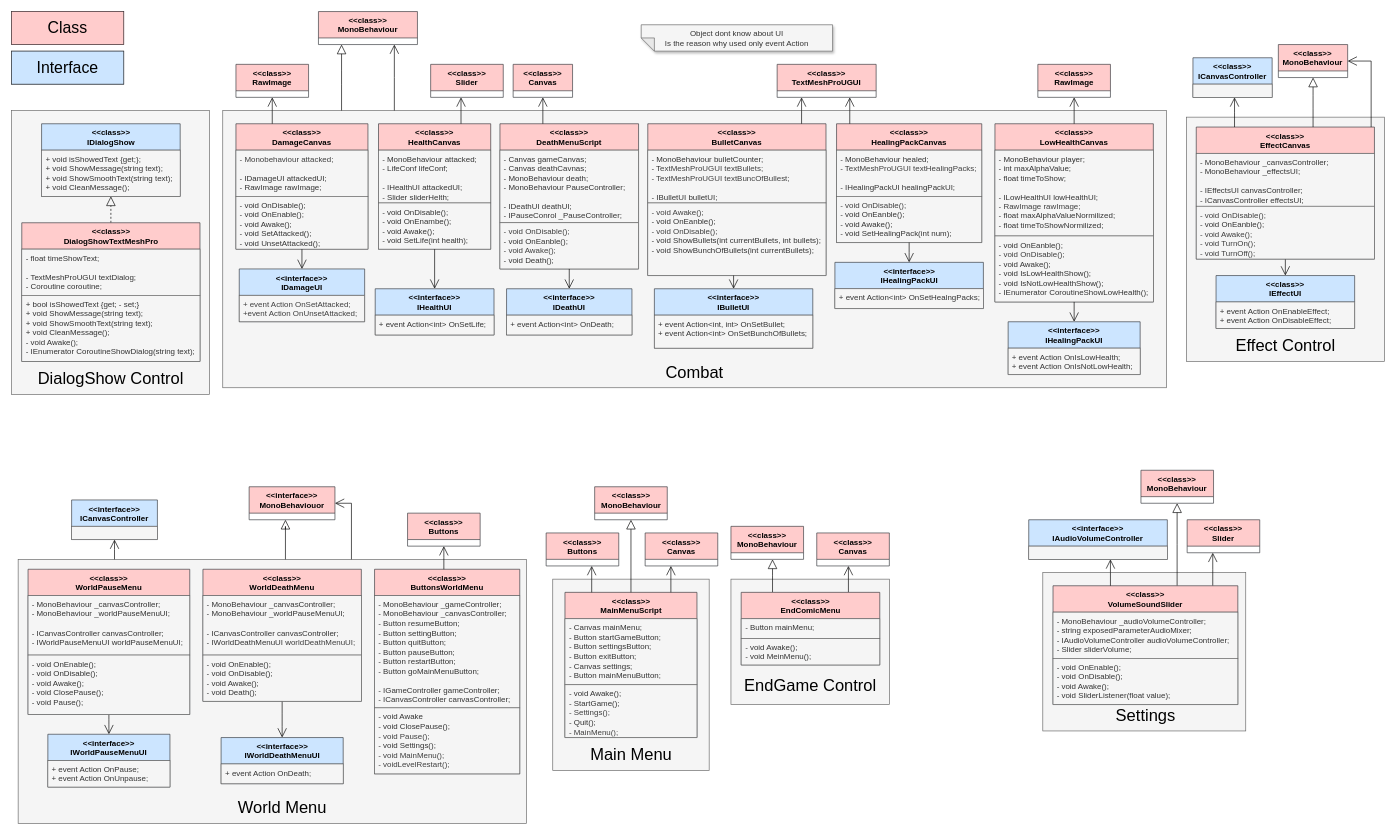
Before: doc/Class_Diagram_UI.drawio in OGecgo/TheCatCult, a draw.io diagram. Source tidied: cells renumbered, new cells numbered last; positions are measured from the earlier drawing's top-left corner, leaving out a move shared by most shapes. Both pictures are drawn from the tidied source at 66%, with x=0, y=0 at pixel (11, 11).
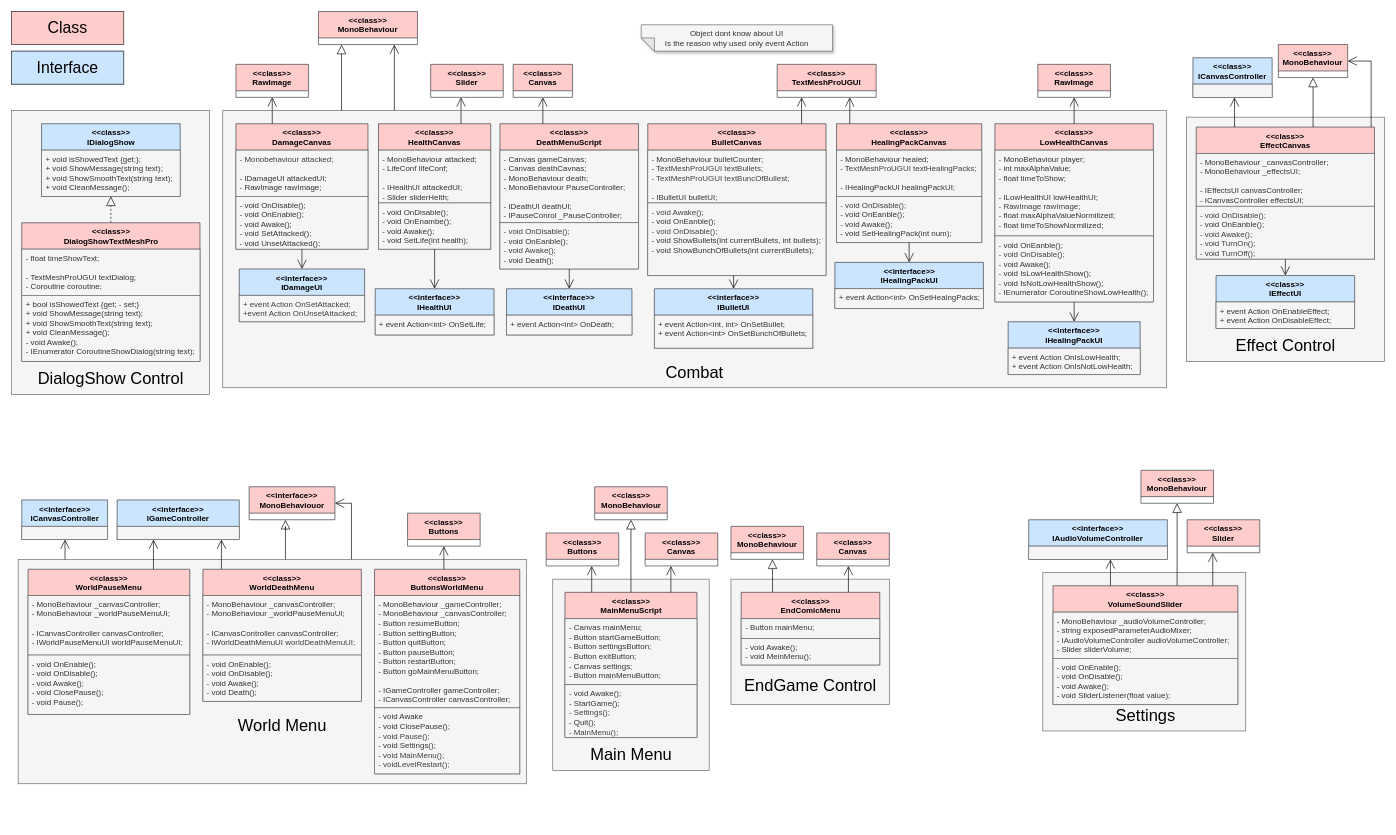
The same diagram, later.

Unchanged cells that the change refers to:
```xml
<mxCell id="63" value="&lt;div&gt;&amp;lt;&amp;lt;class&amp;gt;&amp;gt;&lt;/div&gt;&lt;div&gt;WorldPauseMenu&lt;/div&gt;" style="swimlane;fontStyle=1;align=center;verticalAlign=top;horizontal=1;startSize=40;whiteSpace=wrap;html=1;fillColor=#ffcccc;strokeColor=#36393d;" parent="1" vertex="1">
  <mxGeometry x="25" y="845" width="245" height="220" as="geometry" />
</mxCell>
<mxCell id="74" value="&lt;div&gt;&amp;lt;&amp;lt;class&amp;gt;&amp;gt;&lt;/div&gt;&lt;div&gt;WorldDeathMenu&lt;/div&gt;" style="swimlane;fontStyle=1;align=center;verticalAlign=top;horizontal=1;startSize=40;whiteSpace=wrap;html=1;fillColor=#ffcccc;strokeColor=#36393d;" parent="1" vertex="1">
  <mxGeometry x="290" y="845" width="240" height="200" as="geometry" />
</mxCell>
```

What changed in the source:
```diff
@@
     <mxCell id="2" style="rounded=0;whiteSpace=wrap;html=1;fillColor=#f5f5f5;fontColor=#333333;strokeColor=#666666;" parent="1" vertex="1">
-      <mxGeometry x="10" y="830" width="770" height="400" as="geometry" />
+      <mxGeometry x="10" y="830" width="770" height="340" as="geometry" />
     </mxCell>
@@
-    <mxCell id="62" style="edgeStyle=elbowEdgeStyle;html=1;endSize=12;endArrow=open;endFill=0;elbow=vertical;" parent="1" edge="1" source="63" target="69">
-      <mxGeometry relative="1" as="geometry" />
-    </mxCell>
@@
     <mxCell id="66" value="World Menu" style="text;html=1;align=center;verticalAlign=middle;whiteSpace=wrap;rounded=0;fontSize=25;" parent="1" vertex="1">
-      <mxGeometry x="328.8" y="1190" width="162.5" height="30" as="geometry" />
+      <mxGeometry x="328.8" y="1065" width="162.5" height="30" as="geometry" />
     </mxCell>
     <mxCell id="67" value="&lt;div&gt;&amp;lt;&amp;lt;interface&amp;gt;&amp;gt;&lt;/div&gt;&lt;div&gt;ICanvasController&lt;/div&gt;" style="swimlane;fontStyle=1;align=center;verticalAlign=top;horizontal=1;startSize=40;whiteSpace=wrap;html=1;fillColor=#cce5ff;strokeColor=#36393d;" parent="1" vertex="1">
-      <mxGeometry x="91" y="740" width="130" height="60" as="geometry" />
+      <mxGeometry x="15.5" y="740" width="130" height="60" as="geometry" />
     </mxCell>
@@
-    <mxCell id="69" value="&lt;div&gt;&amp;lt;&amp;lt;interface&amp;gt;&amp;gt;&lt;/div&gt;&lt;div&gt;IWorldPauseMenuUI&lt;/div&gt;" style="swimlane;fontStyle=1;align=center;verticalAlign=top;horizontal=1;startSize=40;whiteSpace=wrap;html=1;fillColor=#cce5ff;strokeColor=#36393d;" parent="1" vertex="1">
-      <mxGeometry x="55" y="1095" width="185" height="80" as="geometry" />
-    </mxCell>
-    <mxCell id="70" value="+ event Action OnPause;&lt;div&gt;+ event Action OnUnpause;&lt;/div&gt;" style="text;align=left;verticalAlign=top;spacingLeft=4;spacingRight=4;overflow=hidden;whiteSpace=wrap;html=1;fillColor=#f5f5f5;fontColor=#333333;strokeColor=#666666;" parent="69" vertex="1">
-      <mxGeometry y="40" width="185" height="40" as="geometry" />
-    </mxCell>
@@
-    <mxCell id="73" style="edgeStyle=elbowEdgeStyle;html=1;endSize=12;endArrow=open;endFill=0;elbow=vertical;" parent="1" edge="1" source="74" target="77">
+    <mxCell id="73" style="edgeStyle=elbowEdgeStyle;html=1;endSize=12;endArrow=open;endFill=0;" parent="1" edge="1" source="74" target="77">
       <mxGeometry relative="1" as="geometry" />
     </mxCell>
@@
-    <mxCell id="77" value="&lt;div&gt;&amp;lt;&amp;lt;interface&amp;gt;&amp;gt;&lt;/div&gt;&lt;div&gt;IWorldDeathMenuUI&lt;/div&gt;" style="swimlane;fontStyle=1;align=center;verticalAlign=top;horizontal=1;startSize=40;whiteSpace=wrap;html=1;fillColor=#cce5ff;strokeColor=#36393d;" parent="1" vertex="1">
-      <mxGeometry x="317.5" y="1100" width="185" height="70" as="geometry" />
+    <mxCell id="77" value="&lt;div&gt;&amp;lt;&amp;lt;interface&amp;gt;&amp;gt;&lt;/div&gt;&lt;div&gt;IGameController&lt;/div&gt;" style="swimlane;fontStyle=1;align=center;verticalAlign=top;horizontal=1;startSize=40;whiteSpace=wrap;html=1;fillColor=#cce5ff;strokeColor=#36393d;" parent="1" vertex="1">
+      <mxGeometry x="160" y="740" width="185" height="60" as="geometry" />
     </mxCell>
-    <mxCell id="78" value="+ event Action OnDeath;" style="text;align=left;verticalAlign=top;spacingLeft=4;spacingRight=4;overflow=hidden;whiteSpace=wrap;html=1;fillColor=#f5f5f5;fontColor=#333333;strokeColor=#666666;" parent="77" vertex="1">
-      <mxGeometry y="40" width="185" height="30" as="geometry" />
+    <mxCell id="78" style="text;align=left;verticalAlign=top;spacingLeft=4;spacingRight=4;overflow=hidden;whiteSpace=wrap;html=1;fillColor=#f5f5f5;fontColor=#333333;strokeColor=#666666;" parent="77" vertex="1">
+      <mxGeometry y="40" width="185" height="20" as="geometry" />
     </mxCell>
@@
+    <mxCell id="141" style="edgeStyle=elbowEdgeStyle;html=1;endSize=12;endArrow=open;endFill=0;" parent="1" edge="1" source="63" target="77">
+      <mxGeometry relative="1" as="geometry" />
+    </mxCell>
```
